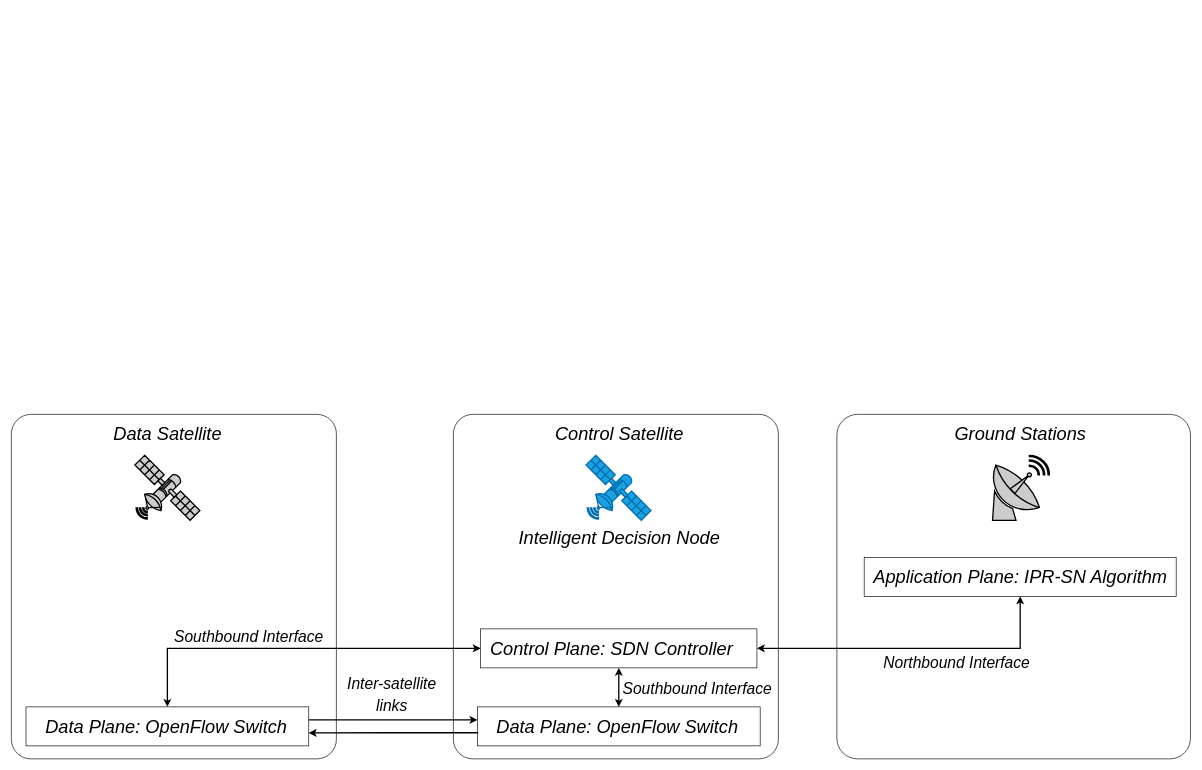
Above: page "算法2SDN" (14 of 16) of drawio.drawio in peachhhhh/satellite (draw.io), before the change. Source tidied: cells renumbered, new cells numbered last; positions are measured from the earlier drawing's top-left corner, leaving out a move shared by most shapes. Both pictures are drawn from the tidied source at 65%, with x=0, y=0 at pixel (11, 414).
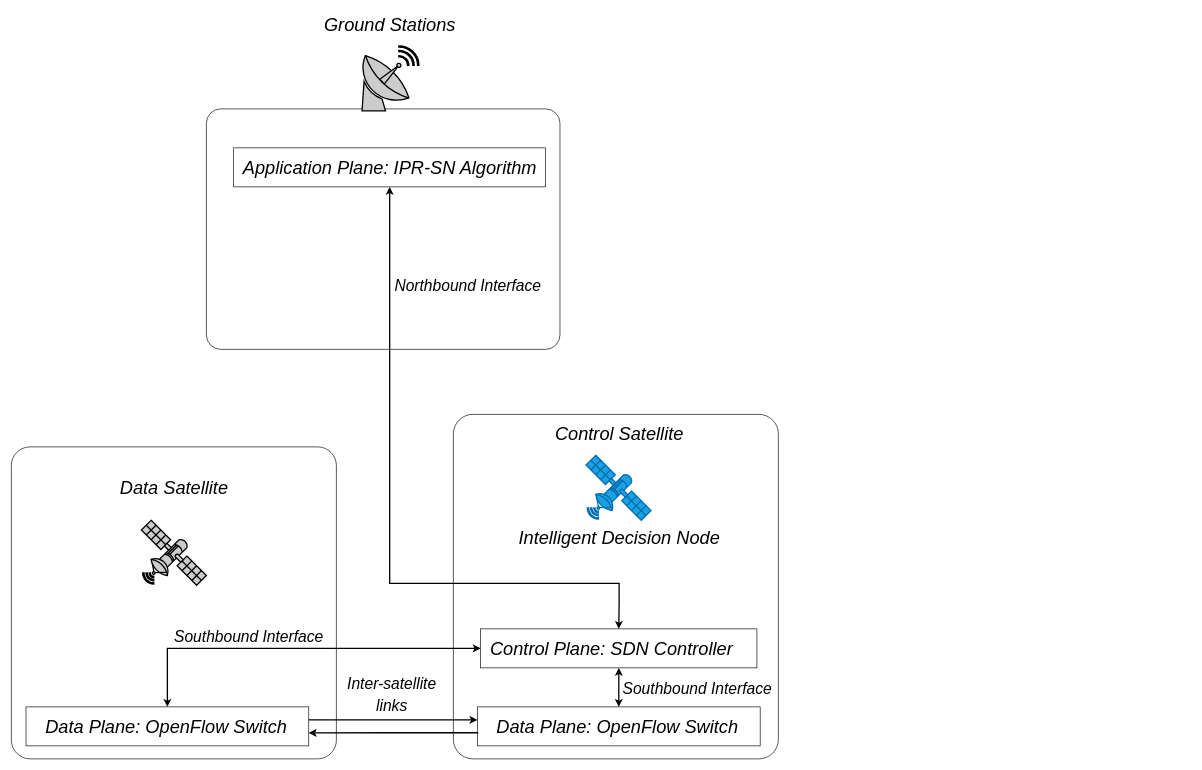
Above is the later version.

Unchanged cells that the change refers to:
```xml
<mxCell id="10" style="rounded=0;whiteSpace=wrap;html=1;fillColor=none;" parent="1" vertex="1">
  <mxGeometry x="722" y="330" width="425" height="60" as="geometry" />
</mxCell>
```

Diff of the diagram source:
```diff
@@
     <mxCell id="3" style="rounded=1;whiteSpace=wrap;html=1;fillColor=none;arcSize=6;" parent="1" vertex="1">
-      <mxGeometry x="1270" width="544" height="530" as="geometry" />
+      <mxGeometry x="300" y="-470" width="544" height="370" as="geometry" />
     </mxCell>
-    <mxCell id="4" style="edgeStyle=orthogonalEdgeStyle;rounded=0;jettySize=auto;html=1;exitX=0.5;exitY=1;exitDx=0;exitDy=0;entryX=1;entryY=0.5;entryDx=0;entryDy=0;startArrow=classic;startFill=1;strokeWidth=2;" parent="1" edge="1" source="6" target="10">
-      <mxGeometry relative="1" as="geometry" />
+    <mxCell id="4" style="edgeStyle=orthogonalEdgeStyle;rounded=0;jettySize=auto;html=1;exitX=0.5;exitY=1;exitDx=0;exitDy=0;entryX=0.5;entryY=0;entryDx=0;entryDy=0;startArrow=classic;startFill=1;strokeWidth=2;" parent="1" edge="1" source="6" target="10">
+      <mxGeometry relative="1" as="geometry">
+        <Array as="points">
+          <mxPoint x="582" y="260" />
+          <mxPoint x="935" y="260" />
+          <mxPoint x="935" y="290" />
+        </Array>
+      </mxGeometry>
     </mxCell>
@@
     <mxCell id="6" style="rounded=0;whiteSpace=wrap;html=1;fillColor=none;" parent="1" vertex="1">
-      <mxGeometry x="1312" y="220" width="480" height="60" as="geometry" />
+      <mxGeometry x="342" y="-410" width="480" height="60" as="geometry" />
     </mxCell>
@@
     <mxCell id="11" style="rounded=1;whiteSpace=wrap;html=1;fillColor=none;arcSize=6;" parent="1" vertex="1">
-      <mxGeometry width="500" height="530" as="geometry" />
+      <mxGeometry y="50" width="500" height="480" as="geometry" />
     </mxCell>
@@
     <mxCell id="13" value="Application Plane:&amp;nbsp;IPR-SN Algorithm&lt;span&gt;&lt;br&gt;&lt;/span&gt;" style="text;html=1;align=center;verticalAlign=middle;fontSize=28;fontColor=#000000;fontStyle=2;" parent="1" vertex="1">
-      <mxGeometry x="1317" y="230" width="470" height="40" as="geometry" />
+      <mxGeometry x="347" y="-400" width="470" height="40" as="geometry" />
     </mxCell>
@@
     <mxCell id="16" style="fontColor=#0066CC;verticalAlign=top;verticalLabelPosition=bottom;labelPosition=center;align=center;html=1;fillColor=#CCCCCC;strokeColor=#000000;gradientColor=none;gradientDirection=north;strokeWidth=2;shape=mxgraph.networks.satellite;rounded=1;shadow=0;comic=0;" parent="1" vertex="1">
-      <mxGeometry x="190" y="63" width="100" height="100" as="geometry" />
+      <mxGeometry x="200" y="163" width="100" height="100" as="geometry" />
     </mxCell>
     <mxCell id="17" value="&lt;div style=&quot;font-size: 28px&quot;&gt;&lt;font style=&quot;font-size: 28px&quot;&gt;Data Satellite&lt;/font&gt;&lt;/div&gt;" style="text;html=1;align=center;verticalAlign=middle;fontSize=28;fontColor=#000000;fontStyle=2;" parent="1" vertex="1">
-      <mxGeometry x="150" y="10" width="180" height="40" as="geometry" />
+      <mxGeometry x="160" y="93" width="180" height="40" as="geometry" />
     </mxCell>
@@
     <mxCell id="24" style="fontColor=#0066CC;verticalAlign=top;verticalLabelPosition=bottom;labelPosition=center;align=center;html=1;fillColor=#CCCCCC;gradientColor=none;gradientDirection=north;strokeWidth=2;shape=mxgraph.networks.satellite_dish;" parent="1" vertex="1">
-      <mxGeometry x="1507" y="63" width="90" height="100" as="geometry" />
+      <mxGeometry x="537" y="-567" width="90" height="100" as="geometry" />
     </mxCell>
     <mxCell id="25" value="Ground Stations" style="text;html=1;align=center;verticalAlign=middle;fontSize=28;fontStyle=2;" parent="1" vertex="1">
-      <mxGeometry x="1442" y="10" width="220" height="40" as="geometry" />
+      <mxGeometry x="472" y="-620" width="220" height="40" as="geometry" />
     </mxCell>
     <mxCell id="26" value="&lt;div&gt;&lt;font style=&quot;font-size: 24px&quot;&gt;Northbound Interface&lt;/font&gt;&lt;/div&gt;" style="text;html=1;align=center;verticalAlign=middle;fontSize=28;fontColor=#000000;fontStyle=2;" parent="1" vertex="1">
-      <mxGeometry x="1334" y="360" width="240" height="40" as="geometry" />
+      <mxGeometry x="582" y="-220" width="240" height="40" as="geometry" />
     </mxCell>
```
